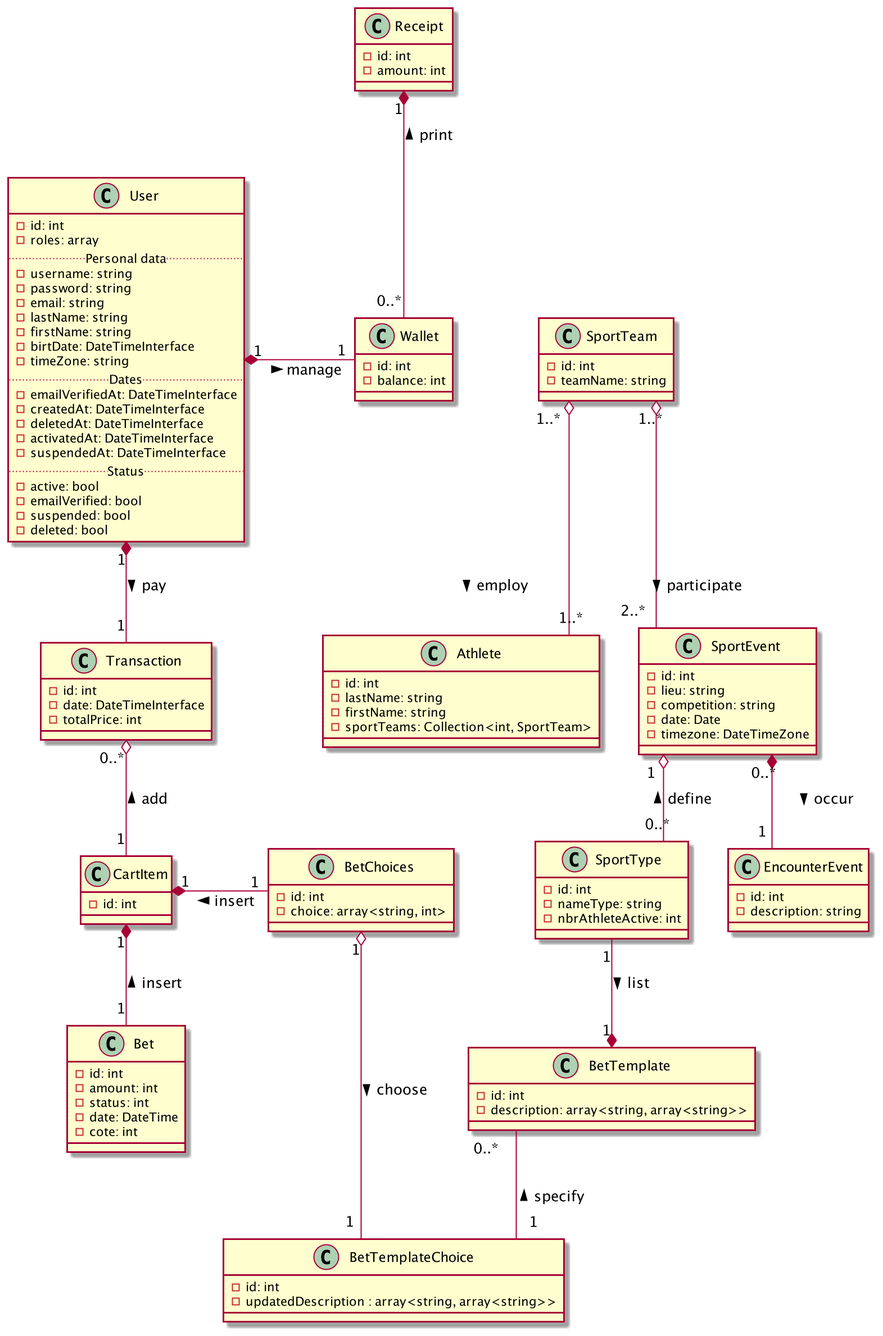
This is UML/PariSportifUML.png from OFP-CDA-Mulhouse-2020/parisportif3, a PlantUML export, as it was before one commit. The source it was exported from:
```plantuml
@startuml

skinparam linetype ortho

class User {
    -id: int
    -roles: array
    ..Personal data..
    -username: string
    -password: string
    -email: string
    -lastName: string
    -firstName: string
    -birtDate: DateTimeInterface
    -timeZone: string
    ..Dates..
    -emailVerifiedAt: DateTimeInterface
    -createdAt: DateTimeInterface
    -deletedAt: DateTimeInterface
    -activatedAt: DateTimeInterface
    -suspendedAt: DateTimeInterface
    ..Status..
    -active: bool
    -emailVerified: bool
    -suspended: bool
    -deleted: bool
}

class Athlete {
    -id: int
    -lastName: string
    -firstName: string
    -sportTeams: Collection<int, SportTeam>
}

class Receipt{
    -id: int
    -amount: int
}

class Wallet {
    -id: int
    -balance: int
}

class Transaction{
    -id: int
    -date: DateTimeInterface
    -totalPrice: int
}

class CartItem{
    -id: int
}

class Bet {
    -id: int
    -amount: int
    -status: int
    -date: DateTime
    -cote: int
}

class BetChoices{
    -id: int
    -choice: array<string, int>
}

class BetTemplate{
    -id: int
    -description: array<string, array<string>>
}

class BetTemplateChoice{
    -id: int
    -updatedDescription : array<string, array<string>>
}

class SportEvent {
    -id: int
    -lieu: string
    -competition: string
    -date: Date
    -timezone: DateTimeZone
}

class SportTeam {
    -id: int
    -teamName: string
}

class SportType {
    -id: int
    -nameType: string
    -nbrAthleteActive: int
}

class EncounterEvent{
    -id: int
    -description: string
}


User "1" *- "1" Wallet : manage >
User "1" *-- "1" Transaction : pay >
Receipt "1" *-- "0..*" Wallet : print <
SportEvent "0..*"  *-- "1" EncounterEvent : occur >
CartItem "1" *- "1" BetChoices : insert <
CartItem "1" *-- "1" Bet : insert <
SportType "1" --* "1" BetTemplate : list >


SportTeam "1..*" o-- "1..*" Athlete : employ >
Transaction "0..*" o-- "1" CartItem : add <
SportTeam "1..*" o-- "2..*" SportEvent : participate >
SportEvent "1" o-- "0..*" SportType : define <
BetChoices "1" o--- "1" BetTemplateChoice: choose >


BetTemplate "0..*" -- "1" BetTemplateChoice : specify <

@enduml
```
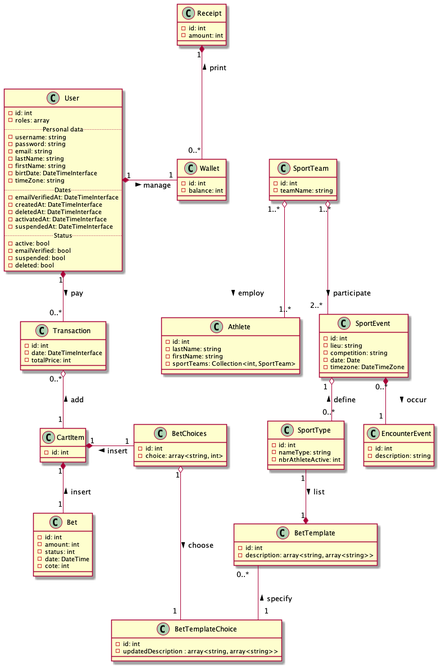
After the change.

Commit message:
Correction erreur cardinalité de l'UML

What changed in the source:
```diff
@@ -102,7 +102,7 @@
 
 
 User "1" *- "1" Wallet : manage >
-User "1" *-- "1" Transaction : pay >
+User "1" *-- "0..*" Transaction : pay >
 Receipt "1" *-- "0..*" Wallet : print <
 SportEvent "0..*"  *-- "1" EncounterEvent : occur >
 CartItem "1" *- "1" BetChoices : insert <
```
